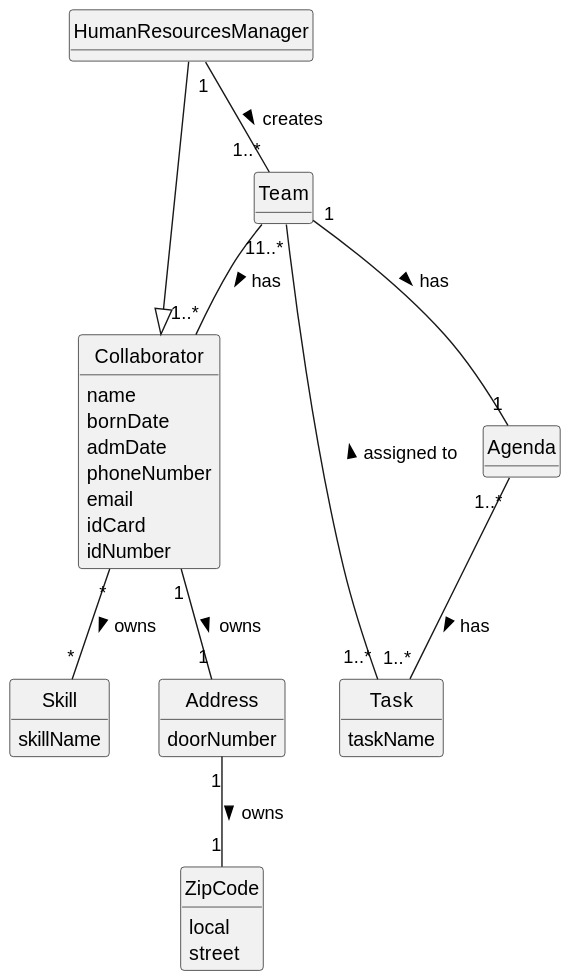
This is docs/sprint2/us005/02.analysis/svg/us005-domain-model.svg from 1231360-ISEP/lei-24-s2-1db-g021, a PlantUML export, as it was before one commit. The source it was exported from:
```plantuml
@startuml
skinparam monochrome true
skinparam packageStyle rectangle
skinparam shadowing false

skinparam classAttributeIconSize 0

hide circle
hide methods


class HumanResourcesManager {}

class Skill {
    skillName
}

class Task {
    taskName
}

class Collaborator {
    name
    bornDate
    admDate
    phoneNumber
    email
    idCard
    idNumber
}

class Address {
    doorNumber
}

class ZipCode {
    local
    street
}

class Team {}

HumanResourcesManager ---|> Collaborator
HumanResourcesManager "1" -- "1..*" Team : creates >
Collaborator "*" -- "*" Skill : owns >
Collaborator "1" -- "1" Address: owns >
Address "1" -- "1" ZipCode : owns >
Team "1" -- "1..*" Collaborator : has >
Team "1" -- "1" Agenda : has >
Task "1..*" -- "1..*" Team : assigned to >
Agenda "1..*" -- "1..*" Task : has >
@enduml
```
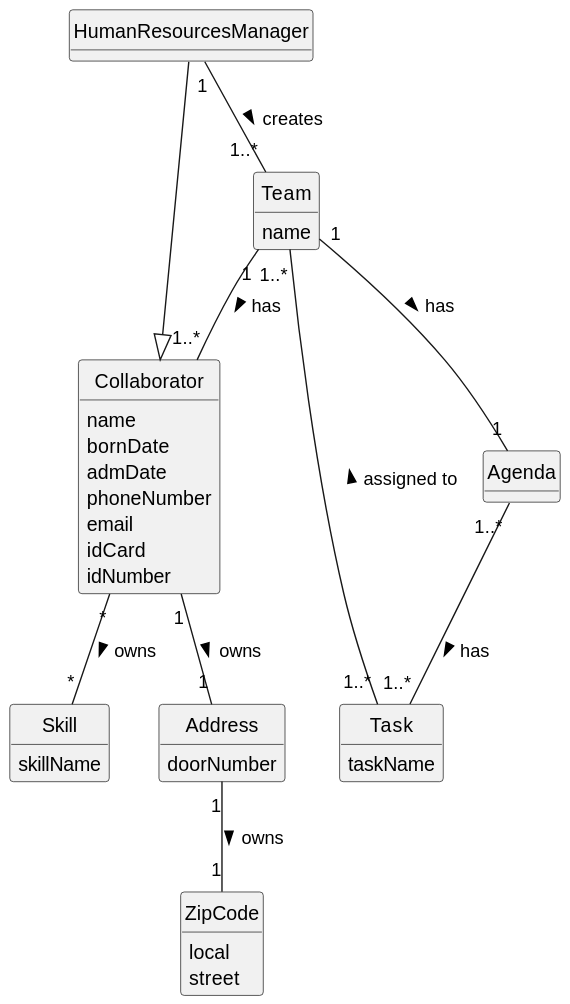
Later version of the same file.

Change to the diagram source:
```diff
@@ -38,7 +38,9 @@
     street
 }
 
-class Team {}
+class Team {
+    name
+}
 
 HumanResourcesManager ---|> Collaborator
 HumanResourcesManager "1" -- "1..*" Team : creates >
```
